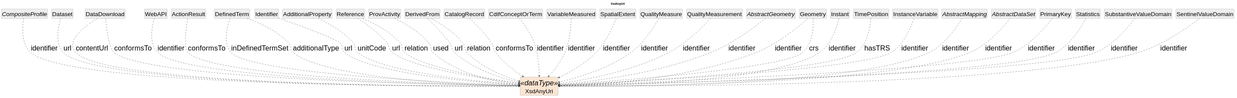
Before: cdif-uml-model/_plantuml/discoveryDataDescription/DataTypes/XsdAnyUri.svg, a diagram exported from PlantUML (Cross-Domain-Interoperability-Framework/metadataBuildingBlocks). The source it was exported from:
```plantuml
@startuml
title XsdAnyUri
hide circle
hide empty members
skinparam shadowing false
skinparam ArrowThickness 1.2
skinparam ranksep 250
skinparam nodesep 20
skinparam defaultFontSize 36
skinparam class {
  ArrowColor #404040
  BorderColor #404040
  FontSize 36
  AttributeFontSize 30
}

class "XsdAnyUri" as XsdAnyUri <<dataType>> #FAE5D3
abstract class "CompositeProfile" as CompositeProfile #EEEEEE
CompositeProfile ..> XsdAnyUri : identifier
class "Dataset" as Dataset #EEEEEE
Dataset ..> XsdAnyUri : url
class "DataDownload" as DataDownload #EEEEEE
DataDownload ..> XsdAnyUri : contentUrl
DataDownload ..> XsdAnyUri : conformsTo
class "WebAPI" as WebAPI #EEEEEE
WebAPI ..> XsdAnyUri : identifier
class "ActionResult" as ActionResult #EEEEEE
ActionResult ..> XsdAnyUri : conformsTo
class "DefinedTerm" as DefinedTerm #EEEEEE
DefinedTerm ..> XsdAnyUri : inDefinedTermSet
DefinedTerm ..> XsdAnyUri : additionalType
class "Identifier" as Identifier #EEEEEE
Identifier ..> XsdAnyUri : url
class "AdditionalProperty" as AdditionalProperty #EEEEEE
AdditionalProperty ..> XsdAnyUri : unitCode
class "Reference" as Reference #EEEEEE
Reference ..> XsdAnyUri : url
Reference ..> XsdAnyUri : relation
class "ProvActivity" as ProvActivity #EEEEEE
ProvActivity ..> XsdAnyUri : used
class "DerivedFrom" as DerivedFrom #EEEEEE
DerivedFrom ..> XsdAnyUri : url
DerivedFrom ..> XsdAnyUri : relation
class "CatalogRecord" as CatalogRecord #EEEEEE
CatalogRecord ..> XsdAnyUri : conformsTo
class "CdifConceptOrTerm" as CdifConceptOrTerm #EEEEEE
CdifConceptOrTerm ..> XsdAnyUri : identifier
class "VariableMeasured" as VariableMeasured #EEEEEE
VariableMeasured ..> XsdAnyUri : identifier
class "SpatialExtent" as SpatialExtent #EEEEEE
SpatialExtent ..> XsdAnyUri : identifier
class "QualityMeasure" as QualityMeasure #EEEEEE
QualityMeasure ..> XsdAnyUri : identifier
class "QualityMeasurement" as QualityMeasurement #EEEEEE
QualityMeasurement ..> XsdAnyUri : identifier
abstract class "AbstractGeometry" as AbstractGeometry #EEEEEE
AbstractGeometry ..> XsdAnyUri : identifier
class "Geometry" as Geometry #EEEEEE
Geometry ..> XsdAnyUri : identifier
Geometry ..> XsdAnyUri : crs
class "Instant" as Instant #EEEEEE
Instant ..> XsdAnyUri : identifier
class "TimePosition" as TimePosition #EEEEEE
TimePosition ..> XsdAnyUri : hasTRS
class "InstanceVariable" as InstanceVariable #EEEEEE
InstanceVariable ..> XsdAnyUri : identifier
abstract class "AbstractMapping" as AbstractMapping #EEEEEE
AbstractMapping ..> XsdAnyUri : identifier
abstract class "AbstractDataSet" as AbstractDataSet #EEEEEE
AbstractDataSet ..> XsdAnyUri : identifier
class "PrimaryKey" as PrimaryKey #EEEEEE
PrimaryKey ..> XsdAnyUri : identifier
class "Statistics" as Statistics #EEEEEE
Statistics ..> XsdAnyUri : identifier
class "SubstantiveValueDomain" as SubstantiveValueDomain #EEEEEE
SubstantiveValueDomain ..> XsdAnyUri : identifier
class "SentinelValueDomain" as SentinelValueDomain #EEEEEE
SentinelValueDomain ..> XsdAnyUri : identifier
@enduml
```
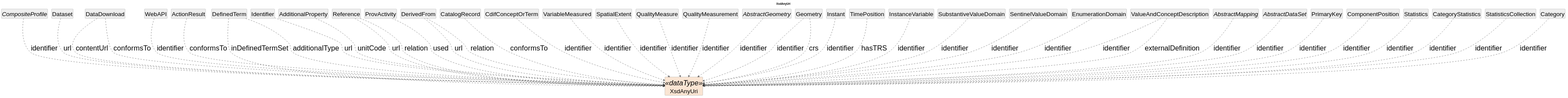
The same file after the commit.

Change to the diagram source:
```diff
@@ -64,16 +64,29 @@
 TimePosition ..> XsdAnyUri : hasTRS
 class "InstanceVariable" as InstanceVariable #EEEEEE
 InstanceVariable ..> XsdAnyUri : identifier
+class "SubstantiveValueDomain" as SubstantiveValueDomain #EEEEEE
+SubstantiveValueDomain ..> XsdAnyUri : identifier
+class "SentinelValueDomain" as SentinelValueDomain #EEEEEE
+SentinelValueDomain ..> XsdAnyUri : identifier
+class "EnumerationDomain" as EnumerationDomain #EEEEEE
+EnumerationDomain ..> XsdAnyUri : identifier
+class "ValueAndConceptDescription" as ValueAndConceptDescription #EEEEEE
+ValueAndConceptDescription ..> XsdAnyUri : identifier
+ValueAndConceptDescription ..> XsdAnyUri : externalDefinition
 abstract class "AbstractMapping" as AbstractMapping #EEEEEE
 AbstractMapping ..> XsdAnyUri : identifier
 abstract class "AbstractDataSet" as AbstractDataSet #EEEEEE
 AbstractDataSet ..> XsdAnyUri : identifier
 class "PrimaryKey" as PrimaryKey #EEEEEE
 PrimaryKey ..> XsdAnyUri : identifier
+class "ComponentPosition" as ComponentPosition #EEEEEE
+ComponentPosition ..> XsdAnyUri : identifier
 class "Statistics" as Statistics #EEEEEE
 Statistics ..> XsdAnyUri : identifier
-class "SubstantiveValueDomain" as SubstantiveValueDomain #EEEEEE
-SubstantiveValueDomain ..> XsdAnyUri : identifier
-class "SentinelValueDomain" as SentinelValueDomain #EEEEEE
-SentinelValueDomain ..> XsdAnyUri : identifier
+class "CategoryStatistics" as CategoryStatistics #EEEEEE
+CategoryStatistics ..> XsdAnyUri : identifier
+class "StatisticsCollection" as StatisticsCollection #EEEEEE
+StatisticsCollection ..> XsdAnyUri : identifier
+class "Category" as Category #EEEEEE
+Category ..> XsdAnyUri : identifier
 @enduml
```
